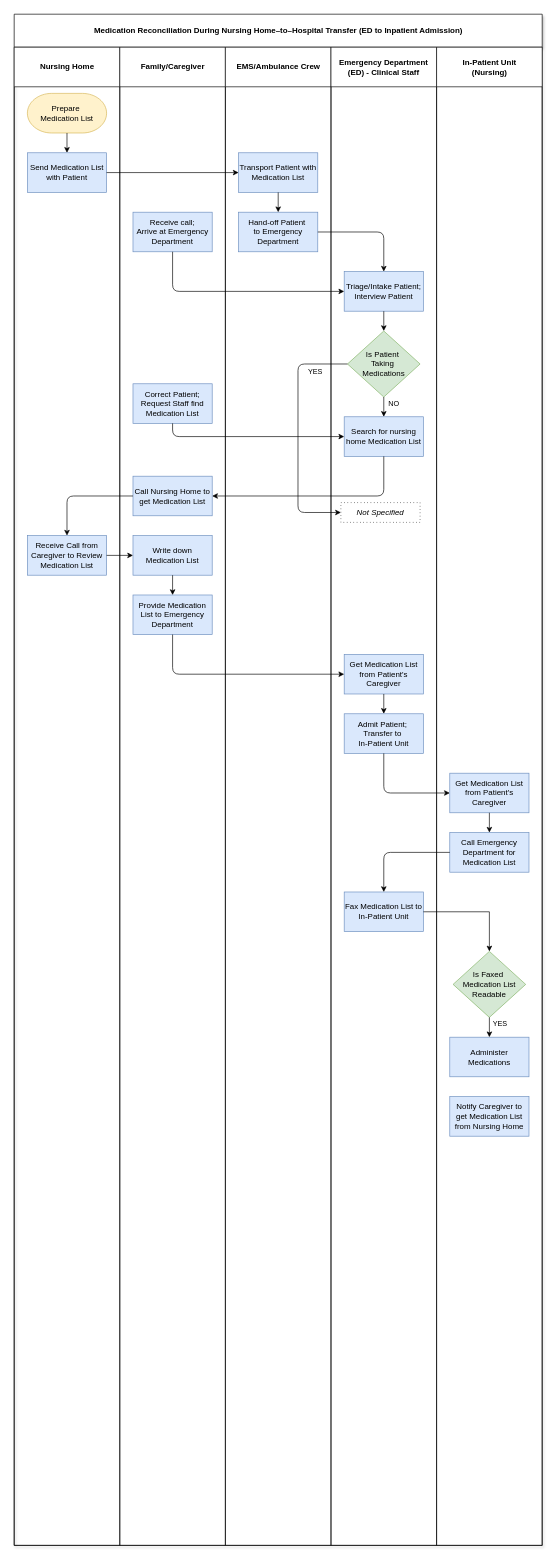
melmirasol/Case-Problem-6.2 keeps this draw.io diagram as Process Chart.drawio. Above is the earlier version. Source tidied: cells renumbered, new cells numbered last; positions are measured from the earlier drawing's top-left corner, leaving out a move shared by most shapes. Both pictures are drawn from the tidied source at 66%, with x=0, y=0 at pixel (14, 14).
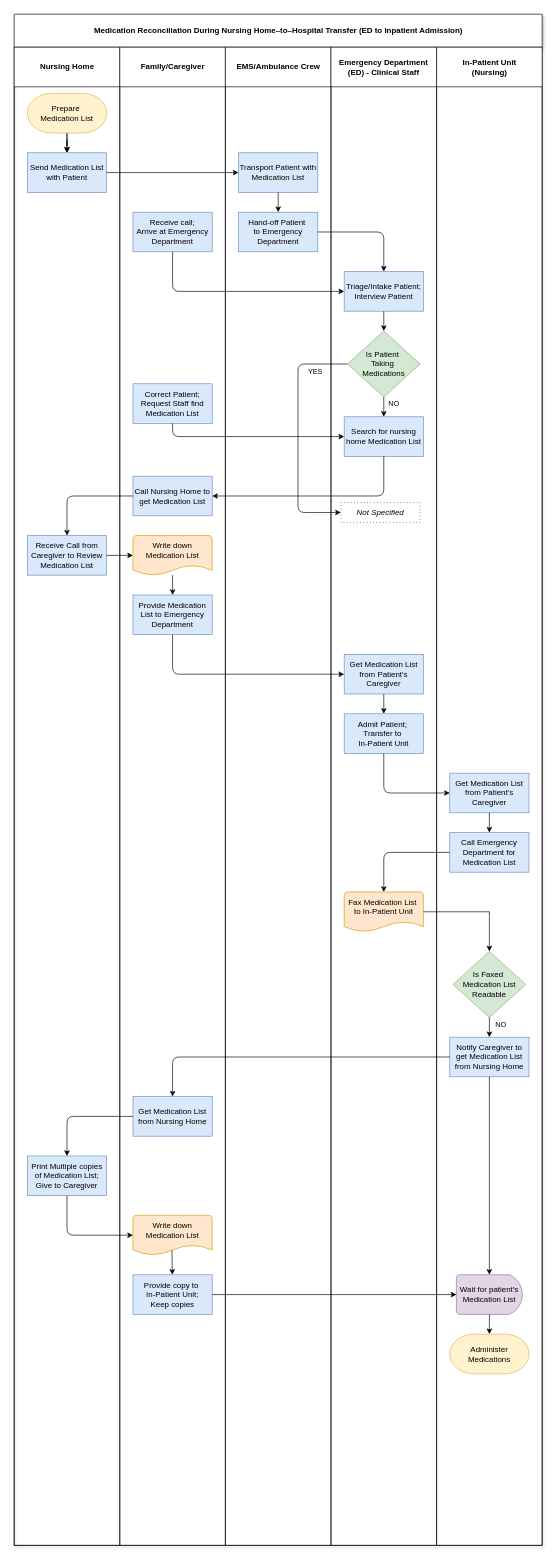
The same diagram, later.

Unchanged cells that the change refers to:
```xml
<mxCell id="2" value="Medication Reconciliation During Nursing Home–to–Hospital Transfer (ED to Inpatient Admission)" style="swimlane;startSize=50;html=1;shadow=1;" parent="1" vertex="1">
  <mxGeometry width="800" height="2320" as="geometry" />
</mxCell>
<mxCell id="3" value="Nursing Home" style="swimlane;startSize=60;html=1;" parent="2" vertex="1">
  <mxGeometry y="50" width="160" height="2270" as="geometry" />
</mxCell>
<mxCell id="5" value="Send Medication List with Patient" style="rounded=0;whiteSpace=wrap;html=1;fillColor=#dae8fc;strokeColor=#6c8ebf;" parent="3" vertex="1">
  <mxGeometry x="20" y="160" width="120" height="60" as="geometry" />
</mxCell>
<mxCell id="7" value="Receive Call from Caregiver to Review Medication List" style="rounded=0;whiteSpace=wrap;html=1;fillColor=#dae8fc;strokeColor=#6c8ebf;" parent="3" vertex="1">
  <mxGeometry x="20" y="740" width="120" height="60" as="geometry" />
</mxCell>
<mxCell id="8" value="Family/Caregiver" style="swimlane;startSize=60;html=1;" parent="2" vertex="1">
  <mxGeometry x="160" y="50" width="160" height="2270" as="geometry" />
</mxCell>
<mxCell id="13" value="&lt;span style=&quot;background-color: transparent; color: light-dark(rgb(0, 0, 0), rgb(255, 255, 255));&quot;&gt;Provide Medication List to Emergency Department&lt;/span&gt;" style="rounded=0;whiteSpace=wrap;html=1;fillColor=#dae8fc;strokeColor=#6c8ebf;" parent="8" vertex="1">
  <mxGeometry x="20" y="830" width="120" height="60" as="geometry" />
</mxCell>
<mxCell id="19" value="Emergency Department (ED) -&amp;nbsp;&lt;span style=&quot;background-color: transparent; color: light-dark(rgb(0, 0, 0), rgb(255, 255, 255));&quot;&gt;Clinical&amp;nbsp;Staff&lt;/span&gt;" style="swimlane;startSize=60;html=1;whiteSpace=wrap;" parent="2" vertex="1">
  <mxGeometry x="480" y="50" width="160" height="2270" as="geometry" />
</mxCell>
<mxCell id="32" value="In-Patient Unit&lt;div&gt;(Nursing)&lt;/div&gt;" style="swimlane;startSize=60;html=1;" parent="2" vertex="1">
  <mxGeometry x="640" y="50" width="160" height="2270" as="geometry" />
</mxCell>
<mxCell id="34" value="&lt;span style=&quot;background-color: transparent; color: light-dark(rgb(0, 0, 0), rgb(255, 255, 255));&quot;&gt;Call Emergency Department for Medication List&lt;/span&gt;" style="rounded=0;whiteSpace=wrap;html=1;fillColor=#dae8fc;strokeColor=#6c8ebf;" parent="32" vertex="1">
  <mxGeometry x="20" y="1190" width="120" height="60" as="geometry" />
</mxCell>
<mxCell id="36" value="Is Faxed&amp;nbsp;&lt;div&gt;Medication List Readable&lt;/div&gt;" style="rhombus;whiteSpace=wrap;html=1;fillColor=#d5e8d4;strokeColor=#82b366;" parent="32" vertex="1">
  <mxGeometry x="25" y="1370" width="110" height="100" as="geometry" />
</mxCell>
```

The edit, as a diff of the source:
```diff
@@
-    <mxCell id="4" value="Prepare&amp;nbsp;&lt;div&gt;Medication List&lt;/div&gt;" style="strokeWidth=1;html=1;shape=mxgraph.flowchart.terminator;whiteSpace=wrap;fillColor=#fff2cc;strokeColor=#d6b656;" parent="3" vertex="1">
-      <mxGeometry x="20" y="70" width="120" height="60" as="geometry" />
-    </mxCell>
@@
-    <mxCell id="6" style="endArrow=classic;html=1;rounded=0;exitX=0.5;exitY=1;exitDx=0;exitDy=0;exitPerimeter=0;entryX=0.5;entryY=0;entryDx=0;entryDy=0;" parent="3" edge="1" source="4" target="5">
-      <mxGeometry relative="1" as="geometry" />
+    <mxCell id="6" style="endArrow=classic;html=1;rounded=0;exitX=0.5;exitY=1;exitDx=0;exitDy=0;exitPerimeter=0;entryX=0.5;entryY=0;entryDx=0;entryDy=0;" parent="3" edge="1" target="5">
+      <mxGeometry relative="1" as="geometry">
+        <mxPoint x="80" y="130" as="sourcePoint" />
+      </mxGeometry>
     </mxCell>
@@
+    <mxCell id="51" value="Print Multiple copies of Medication List; Give to Caregiver" style="rounded=0;whiteSpace=wrap;html=1;fillColor=#dae8fc;strokeColor=#6c8ebf;" parent="3" vertex="1">
+      <mxGeometry x="20" y="1680" width="120" height="60" as="geometry" />
+    </mxCell>
+    <mxCell id="52" style="edgeStyle=orthogonalEdgeStyle;rounded=0;jettySize=auto;html=1;exitX=0.5;exitY=1;exitDx=0;exitDy=0;exitPerimeter=0;" parent="3" edge="1" source="4" target="5">
+      <mxGeometry relative="1" as="geometry" />
+    </mxCell>
+    <mxCell id="4" value="Prepare&amp;nbsp;&lt;div&gt;Medication List&lt;/div&gt;" style="strokeWidth=1;html=1;shape=mxgraph.flowchart.terminator;whiteSpace=wrap;fillColor=#fff2cc;strokeColor=#d6b656;" parent="3" vertex="1">
+      <mxGeometry x="20" y="70" width="120" height="60" as="geometry" />
+    </mxCell>
@@
-    <mxCell id="12" value="Write down Medication List" style="rounded=0;whiteSpace=wrap;html=1;fillColor=#dae8fc;strokeColor=#6c8ebf;" parent="8" vertex="1">
-      <mxGeometry x="20" y="740" width="120" height="60" as="geometry" />
-    </mxCell>
@@
-    <mxCell id="14" style="endArrow=classic;html=1;rounded=0;exitX=0.5;exitY=1;exitDx=0;exitDy=0;entryX=0.5;entryY=0;entryDx=0;entryDy=0;" parent="8" edge="1" source="12" target="13">
-      <mxGeometry relative="1" as="geometry" />
-    </mxCell>
+    <mxCell id="53" value="Get Medication List from Nursing Home" style="rounded=0;whiteSpace=wrap;html=1;fillColor=#dae8fc;strokeColor=#6c8ebf;" parent="8" vertex="1">
+      <mxGeometry x="20" y="1590" width="120" height="60" as="geometry" />
+    </mxCell>
+    <mxCell id="54" value="Write down Medication List&lt;div&gt;&lt;br&gt;&lt;/div&gt;" style="strokeWidth=1;html=1;shape=mxgraph.flowchart.document2;whiteSpace=wrap;size=0.25;fillColor=#ffe6cc;strokeColor=#d79b00;" parent="8" vertex="1">
+      <mxGeometry x="20" y="740" width="120" height="60" as="geometry" />
+    </mxCell>
+    <mxCell id="55" value="Write down Medication List&lt;div&gt;&lt;br&gt;&lt;/div&gt;" style="strokeWidth=1;html=1;shape=mxgraph.flowchart.document2;whiteSpace=wrap;size=0.25;fillColor=#ffe6cc;strokeColor=#d79b00;" parent="8" vertex="1">
+      <mxGeometry x="20" y="1770" width="120" height="60" as="geometry" />
+    </mxCell>
+    <mxCell id="56" value="Provide copy to&amp;nbsp;&lt;div&gt;In-Patient Unit;&lt;/div&gt;&lt;div&gt;Keep copies&lt;/div&gt;" style="rounded=0;whiteSpace=wrap;html=1;fillColor=#dae8fc;strokeColor=#6c8ebf;" parent="8" vertex="1">
+      <mxGeometry x="20" y="1860" width="120" height="60" as="geometry" />
+    </mxCell>
+    <mxCell id="57" style="endArrow=classic;html=1;rounded=0;exitX=0.492;exitY=0.883;exitDx=0;exitDy=0;exitPerimeter=0;" parent="8" edge="1" source="55" target="56">
+      <mxGeometry relative="1" as="geometry" />
+    </mxCell>
+    <mxCell id="58" style="endArrow=classic;html=1;rounded=0;entryX=0.5;entryY=0;entryDx=0;entryDy=0;" parent="8" edge="1" source="54" target="13">
+      <mxGeometry relative="1" as="geometry" />
+    </mxCell>
@@
-    <mxCell id="31" value="&lt;span style=&quot;background-color: transparent; color: light-dark(rgb(0, 0, 0), rgb(255, 255, 255));&quot;&gt;Fax Medication List to In-Patient Unit&lt;/span&gt;" style="rounded=0;whiteSpace=wrap;html=1;fillColor=#dae8fc;strokeColor=#6c8ebf;" parent="19" vertex="1">
+    <mxCell id="31" value="Fax Medication List&amp;nbsp;&lt;div&gt;to In-Patient Unit&lt;/div&gt;&lt;div&gt;&lt;br&gt;&lt;/div&gt;" style="strokeWidth=1;html=1;shape=mxgraph.flowchart.document2;whiteSpace=wrap;size=0.25;fillColor=#ffe6cc;strokeColor=#d79b00;" parent="19" vertex="1">
       <mxGeometry x="20" y="1280" width="120" height="60" as="geometry" />
     </mxCell>
@@
+    <mxCell id="39" value="&lt;span style=&quot;background-color: transparent; color: light-dark(rgb(0, 0, 0), rgb(255, 255, 255));&quot;&gt;Notify Caregiver to get Medication List from Nursing Home&lt;/span&gt;" style="rounded=0;whiteSpace=wrap;html=1;fillColor=#dae8fc;strokeColor=#6c8ebf;" parent="32" vertex="1">
+      <mxGeometry x="20" y="1500" width="120" height="60" as="geometry" />
+    </mxCell>
+    <mxCell id="59" style="endArrow=classic;html=1;rounded=1;exitX=0.5;exitY=1;exitDx=0;exitDy=0;curved=0;entryX=0.5;entryY=0;entryDx=0;entryDy=0;" parent="32" edge="1" source="36" target="39">
+      <mxGeometry relative="1" as="geometry" />
+    </mxCell>
+    <mxCell id="60" value="NO" style="edgeLabel;html=1;align=center;verticalAlign=middle;" parent="59" vertex="1">
+      <mxGeometry x="-0.69" y="-2" relative="1" as="geometry">
+        <mxPoint x="18" y="5" as="offset" />
+      </mxGeometry>
+    </mxCell>
+    <mxCell id="61" value="Wait for patient's Medication List" style="strokeWidth=1;html=1;shape=mxgraph.flowchart.delay;whiteSpace=wrap;fillColor=#e1d5e7;strokeColor=#9673a6;" parent="32" vertex="1">
+      <mxGeometry x="30" y="1860" width="100" height="60" as="geometry" />
+    </mxCell>
+    <mxCell id="62" style="endArrow=classic;html=1;rounded=0;exitX=0.5;exitY=1;exitDx=0;exitDy=0;entryX=0.5;entryY=0;entryDx=0;entryDy=0;entryPerimeter=0;" parent="32" edge="1" source="39" target="61">
+      <mxGeometry relative="1" as="geometry" />
+    </mxCell>
+    <mxCell id="63" style="endArrow=classic;html=1;rounded=0;entryX=0.5;entryY=0;entryDx=0;entryDy=0;exitX=0.5;exitY=1;exitDx=0;exitDy=0;exitPerimeter=0;" parent="32" edge="1" source="61">
+      <mxGeometry relative="1" as="geometry">
+        <mxPoint x="80" y="1950" as="targetPoint" />
+      </mxGeometry>
+    </mxCell>
-    <mxCell id="37" value="&lt;span style=&quot;background-color: transparent; color: light-dark(rgb(0, 0, 0), rgb(255, 255, 255));&quot;&gt;Administer Medications&lt;/span&gt;" style="rounded=0;whiteSpace=wrap;html=1;fillColor=#dae8fc;strokeColor=#6c8ebf;" parent="32" vertex="1">
-      <mxGeometry x="20" y="1500" width="120" height="60" as="geometry" />
+    <mxCell id="37" value="Administer&lt;div&gt;Medications&lt;/div&gt;" style="strokeWidth=1;html=1;shape=mxgraph.flowchart.terminator;whiteSpace=wrap;fillColor=#fff2cc;strokeColor=#d6b656;" parent="32" vertex="1">
+      <mxGeometry x="20" y="1950" width="120" height="60" as="geometry" />
     </mxCell>
-    <mxCell id="38" value="YES" style="endArrow=classic;html=1;rounded=0;exitX=0.5;exitY=1;exitDx=0;exitDy=0;entryX=0.5;entryY=0;entryDx=0;entryDy=0;" parent="32" edge="1" source="36" target="37">
-      <mxGeometry x="-0.33" y="16" relative="1" as="geometry" />
-    </mxCell>
-    <mxCell id="39" value="&lt;span style=&quot;background-color: transparent; color: light-dark(rgb(0, 0, 0), rgb(255, 255, 255));&quot;&gt;Notify Caregiver to get Medication List from Nursing Home&lt;/span&gt;" style="rounded=0;whiteSpace=wrap;html=1;fillColor=#dae8fc;strokeColor=#6c8ebf;" parent="32" vertex="1">
-      <mxGeometry x="20" y="1590" width="120" height="60" as="geometry" />
-    </mxCell>
@@
-    <mxCell id="46" style="endArrow=classic;html=1;rounded=0;exitX=1;exitY=0.5;exitDx=0;exitDy=0;entryX=0;entryY=0.5;entryDx=0;entryDy=0;" parent="2" edge="1" source="7" target="12">
+    <mxCell id="46" style="endArrow=classic;html=1;rounded=0;exitX=1;exitY=0.5;exitDx=0;exitDy=0;entryX=0;entryY=0.5;entryDx=0;entryDy=0;entryPerimeter=0;" parent="2" edge="1" source="7" target="54">
       <mxGeometry relative="1" as="geometry" />
     </mxCell>
@@
-    <mxCell id="49" style="endArrow=classic;html=1;rounded=1;exitX=0;exitY=0.5;exitDx=0;exitDy=0;entryX=0.5;entryY=0;entryDx=0;entryDy=0;curved=0;" parent="2" edge="1" source="34" target="31">
+    <mxCell id="49" style="endArrow=classic;html=1;rounded=1;exitX=0;exitY=0.5;exitDx=0;exitDy=0;entryX=0.5;entryY=0;entryDx=0;entryDy=0;curved=0;" parent="2" edge="1" source="34">
       <mxGeometry relative="1" as="geometry">
+        <mxPoint x="560" y="1330" as="targetPoint" />
         <Array as="points">
           <mxPoint x="560" y="1270" />
         </Array>
       </mxGeometry>
     </mxCell>
-    <mxCell id="50" style="endArrow=classic;html=1;rounded=0;exitX=1;exitY=0.5;exitDx=0;exitDy=0;entryX=0.5;entryY=0;entryDx=0;entryDy=0;" parent="2" edge="1" source="31" target="36">
+    <mxCell id="50" style="endArrow=classic;html=1;rounded=0;exitX=1;exitY=0.5;exitDx=0;exitDy=0;entryX=0.5;entryY=0;entryDx=0;entryDy=0;" parent="2" edge="1" target="36">
       <mxGeometry relative="1" as="geometry">
+        <mxPoint x="620" y="1360" as="sourcePoint" />
         <Array as="points">
           <mxPoint x="720" y="1360" />
         </Array>
       </mxGeometry>
     </mxCell>
+    <mxCell id="64" style="endArrow=classic;html=1;rounded=1;exitX=0;exitY=0.5;exitDx=0;exitDy=0;entryX=0.5;entryY=0;entryDx=0;entryDy=0;curved=0;" parent="2" edge="1" source="39" target="53">
+      <mxGeometry relative="1" as="geometry">
+        <Array as="points">
+          <mxPoint x="240" y="1580" />
+        </Array>
+      </mxGeometry>
+    </mxCell>
+    <mxCell id="65" style="endArrow=classic;html=1;rounded=1;exitX=0;exitY=0.5;exitDx=0;exitDy=0;entryX=0.5;entryY=0;entryDx=0;entryDy=0;curved=0;" parent="2" edge="1" source="53" target="51">
+      <mxGeometry relative="1" as="geometry">
+        <Array as="points">
+          <mxPoint x="80" y="1670" />
+        </Array>
+      </mxGeometry>
+    </mxCell>
+    <mxCell id="66" style="endArrow=classic;html=1;rounded=1;exitX=0.5;exitY=1;exitDx=0;exitDy=0;entryX=0;entryY=0.5;entryDx=0;entryDy=0;curved=0;entryPerimeter=0;" parent="2" edge="1" source="51" target="55">
+      <mxGeometry relative="1" as="geometry">
+        <Array as="points">
+          <mxPoint x="80" y="1850" />
+        </Array>
+      </mxGeometry>
+    </mxCell>
+    <mxCell id="67" style="endArrow=classic;html=1;rounded=0;entryX=0;entryY=0.5;entryDx=0;entryDy=0;entryPerimeter=0;exitX=1;exitY=0.5;exitDx=0;exitDy=0;" parent="2" edge="1" source="56" target="61">
+      <mxGeometry relative="1" as="geometry" />
+    </mxCell>
```
